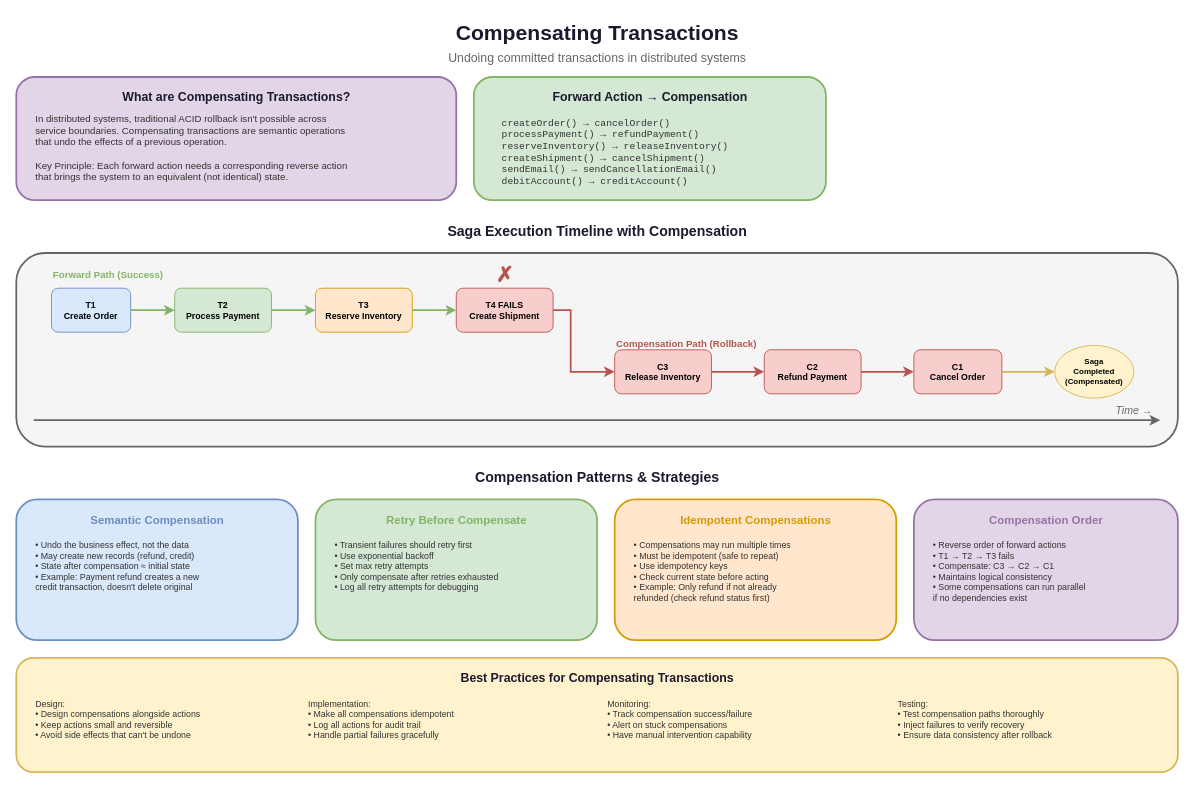
MrParkerZ7/document-lesson-software-architect-x-claude keeps this draw.io diagram as lesson-02-event-driven-architecture/diagrams/3.5-compensating-transactions.drawio. Above is the earlier version. Source tidied: cells renumbered, new cells numbered last; positions are measured from the earlier drawing's top-left corner, leaving out a move shared by most shapes. Both pictures are drawn from the tidied source at 88%, with x=0, y=0 at pixel (16, 15).
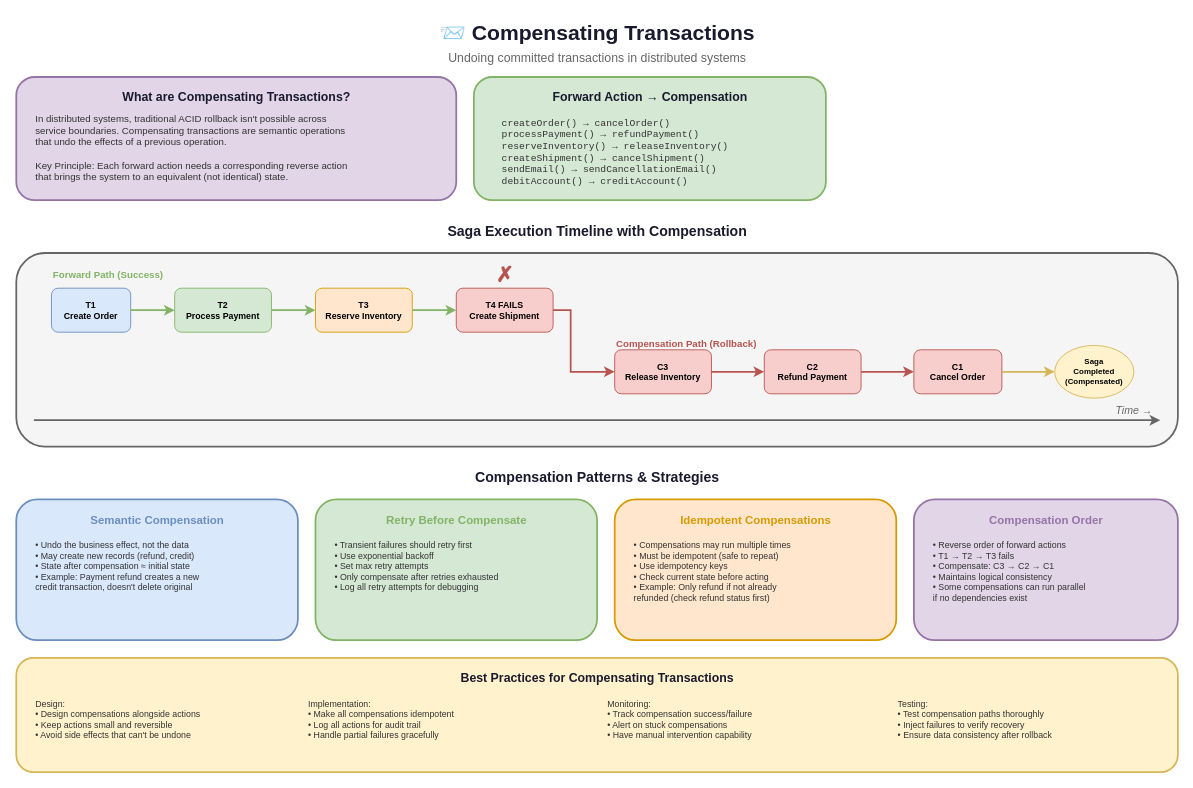
The same diagram, later.

Diff of the diagram source:
```diff
@@
-    <mxCell id="2" value="Compensating Transactions" style="text;html=1;strokeColor=none;fillColor=none;align=center;verticalAlign=middle;fontSize=24;fontStyle=1;fontColor=#1a1a2e;" parent="1" vertex="1">
+    <mxCell id="2" value="📨 Compensating Transactions" style="text;html=1;strokeColor=none;fillColor=none;align=center;verticalAlign=middle;fontSize=24;fontStyle=1;fontColor=#1a1a2e;" parent="1" vertex="1">
       <mxGeometry x="440" width="440" height="40" as="geometry" />
     </mxCell>
```
